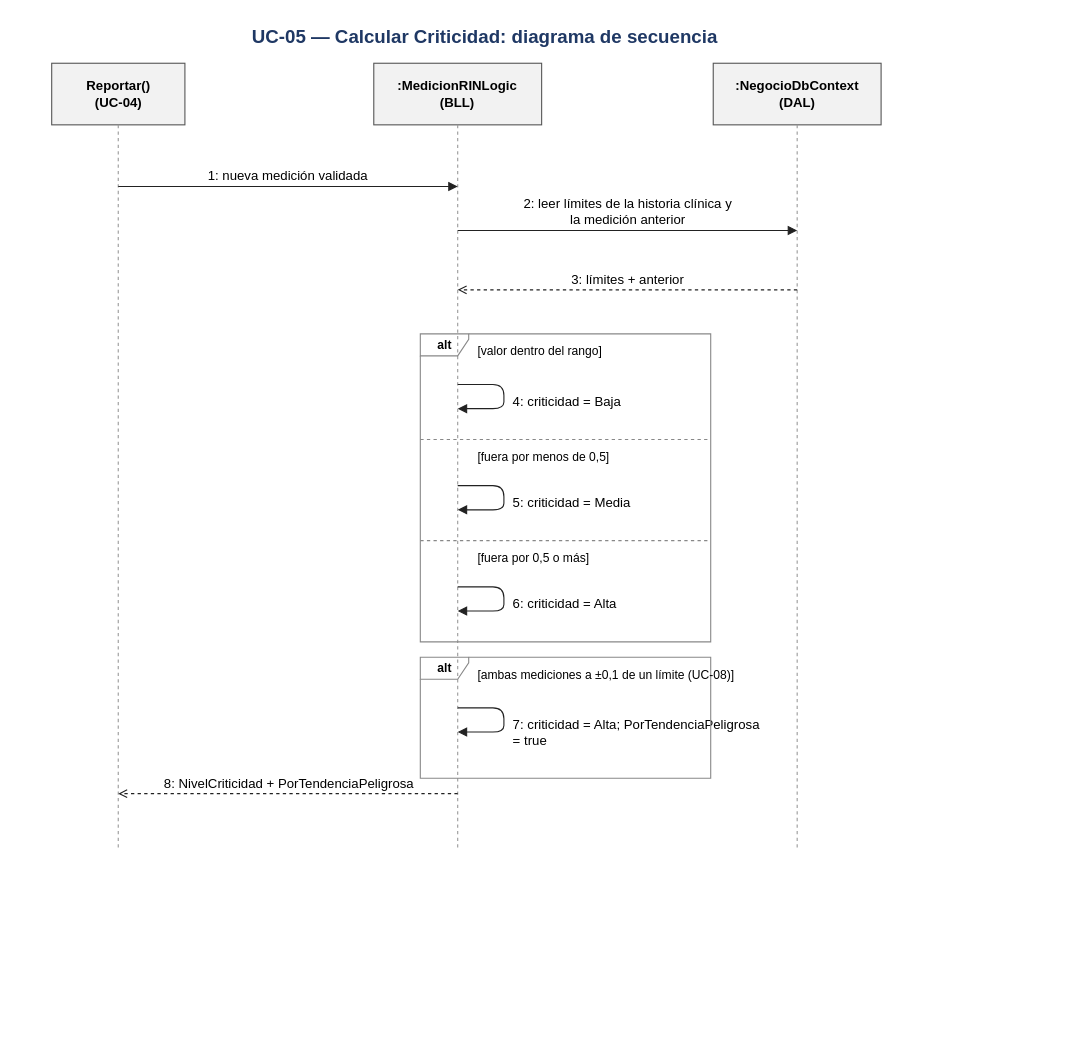
This is Diagramas/UC-05/UC-05 - Secuencia.drawio from DanteSchlogl/OpenRIN-corregido, a draw.io file, before an edit. Source tidied: cells renumbered, new cells numbered last; positions are measured from the earlier drawing's top-left corner, leaving out a move shared by most shapes. Both pictures are drawn from the tidied source at 110%, with x=0, y=0 at pixel (19, 19).
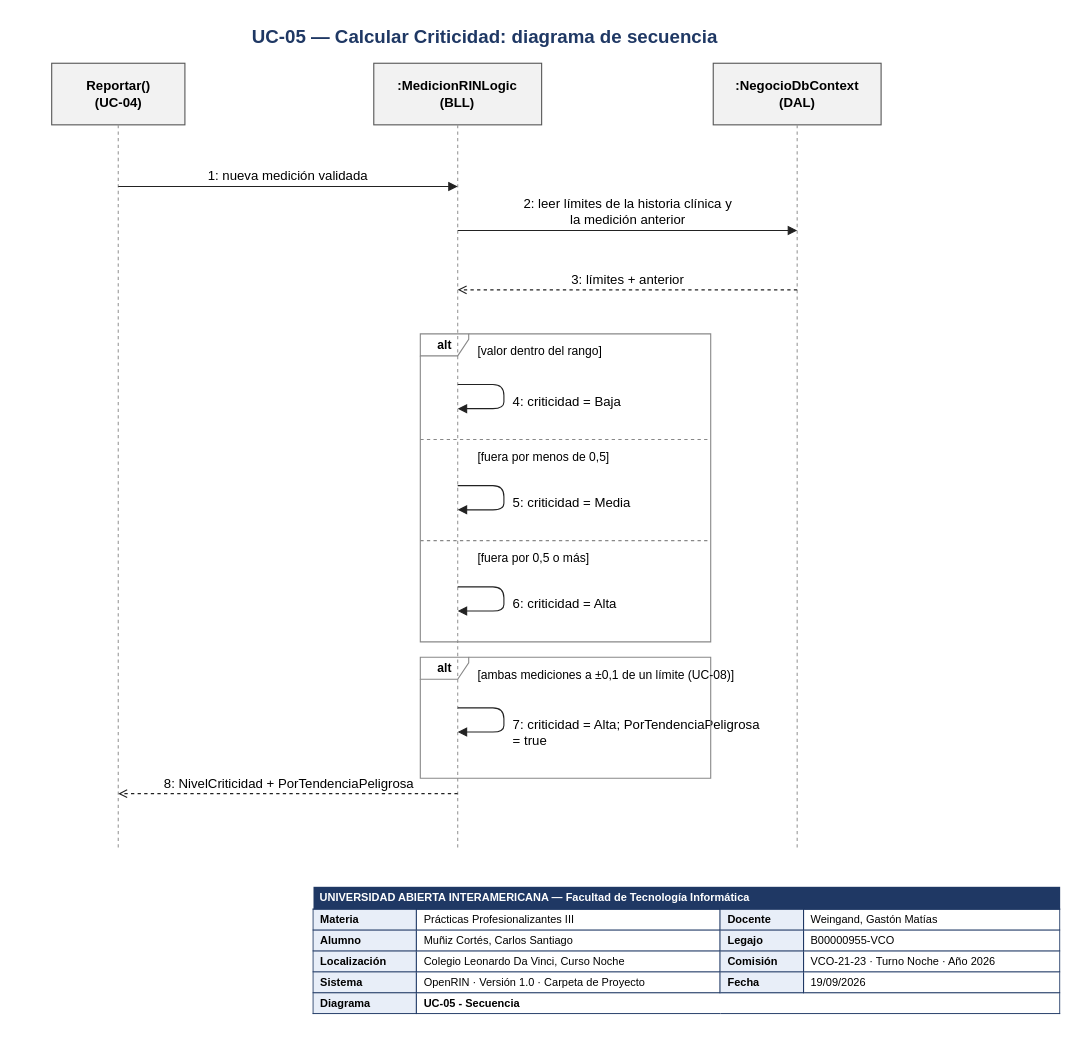
The same diagram, later.

What changed in the source:
```diff
@@
+    <mxCell id="29" value="&lt;table style=&quot;border-collapse:collapse;font-family:Arial;font-size:10px;width:680px;table-layout:auto;&quot;&gt;&lt;tr&gt;&lt;td colspan=&quot;4&quot; style=&quot;background:#1F3864;color:#FFFFFF;font-weight:bold;padding:4px 6px;&quot;&gt;UNIVERSIDAD ABIERTA INTERAMERICANA — Facultad de Tecnología Informática&lt;/td&gt;&lt;/tr&gt;&lt;tr&gt;&lt;td style=&quot;border:1px solid #1F3864;padding:3px 6px;font-weight:bold;background:#E8EEF8;white-space:nowrap;&quot;&gt;Materia&lt;/td&gt;&lt;td style=&quot;border:1px solid #1F3864;padding:3px 6px;&quot;&gt;Prácticas Profesionalizantes III&lt;/td&gt;&lt;td style=&quot;border:1px solid #1F3864;padding:3px 6px;font-weight:bold;background:#E8EEF8;white-space:nowrap;&quot;&gt;Docente&lt;/td&gt;&lt;td style=&quot;border:1px solid #1F3864;padding:3px 6px;&quot;&gt;Weingand, Gastón Matías&lt;/td&gt;&lt;/tr&gt;&lt;tr&gt;&lt;td style=&quot;border:1px solid #1F3864;padding:3px 6px;font-weight:bold;background:#E8EEF8;white-space:nowrap;&quot;&gt;Alumno&lt;/td&gt;&lt;td style=&quot;border:1px solid #1F3864;padding:3px 6px;&quot;&gt;Muñiz Cortés, Carlos Santiago&lt;/td&gt;&lt;td style=&quot;border:1px solid #1F3864;padding:3px 6px;font-weight:bold;background:#E8EEF8;white-space:nowrap;&quot;&gt;Legajo&lt;/td&gt;&lt;td style=&quot;border:1px solid #1F3864;padding:3px 6px;&quot;&gt;B00000955-VCO&lt;/td&gt;&lt;/tr&gt;&lt;tr&gt;&lt;td style=&quot;border:1px solid #1F3864;padding:3px 6px;font-weight:bold;background:#E8EEF8;white-space:nowrap;&quot;&gt;Localización&lt;/td&gt;&lt;td style=&quot;border:1px solid #1F3864;padding:3px 6px;&quot;&gt;Colegio Leonardo Da Vinci, Curso Noche&lt;/td&gt;&lt;td style=&quot;border:1px solid #1F3864;padding:3px 6px;font-weight:bold;background:#E8EEF8;white-space:nowrap;&quot;&gt;Comisión&lt;/td&gt;&lt;td style=&quot;border:1px solid #1F3864;padding:3px 6px;&quot;&gt;VCO-21-23 · Turno Noche · Año 2026&lt;/td&gt;&lt;/tr&gt;&lt;tr&gt;&lt;td style=&quot;border:1px solid #1F3864;padding:3px 6px;font-weight:bold;background:#E8EEF8;white-space:nowrap;&quot;&gt;Sistema&lt;/td&gt;&lt;td style=&quot;border:1px solid #1F3864;padding:3px 6px;&quot;&gt;OpenRIN · Versión 1.0 · Carpeta de Proyecto&lt;/td&gt;&lt;td style=&quot;border:1px solid #1F3864;padding:3px 6px;font-weight:bold;background:#E8EEF8;white-space:nowrap;&quot;&gt;Fecha&lt;/td&gt;&lt;td style=&quot;border:1px solid #1F3864;padding:3px 6px;&quot;&gt;19/09/2026&lt;/td&gt;&lt;/tr&gt;&lt;tr&gt;&lt;td style=&quot;border:1px solid #1F3864;padding:3px 6px;font-weight:bold;background:#E8EEF8;white-space:nowrap;&quot;&gt;Diagrama&lt;/td&gt;&lt;td colspan=&quot;3&quot; style=&quot;border:1px solid #1F3864;padding:3px 6px;font-weight:bold;&quot;&gt;UC-05 - Secuencia&lt;/td&gt;&lt;/tr&gt;&lt;/table&gt;" style="html=1;whiteSpace=wrap;overflow=hidden;align=left;verticalAlign=top;fillColor=#FFFFFF;strokeColor=none;spacing=0;" parent="1" vertex="1">
+      <mxGeometry x="267.2" y="784" width="680" height="136" as="geometry" />
+    </mxCell>
```
